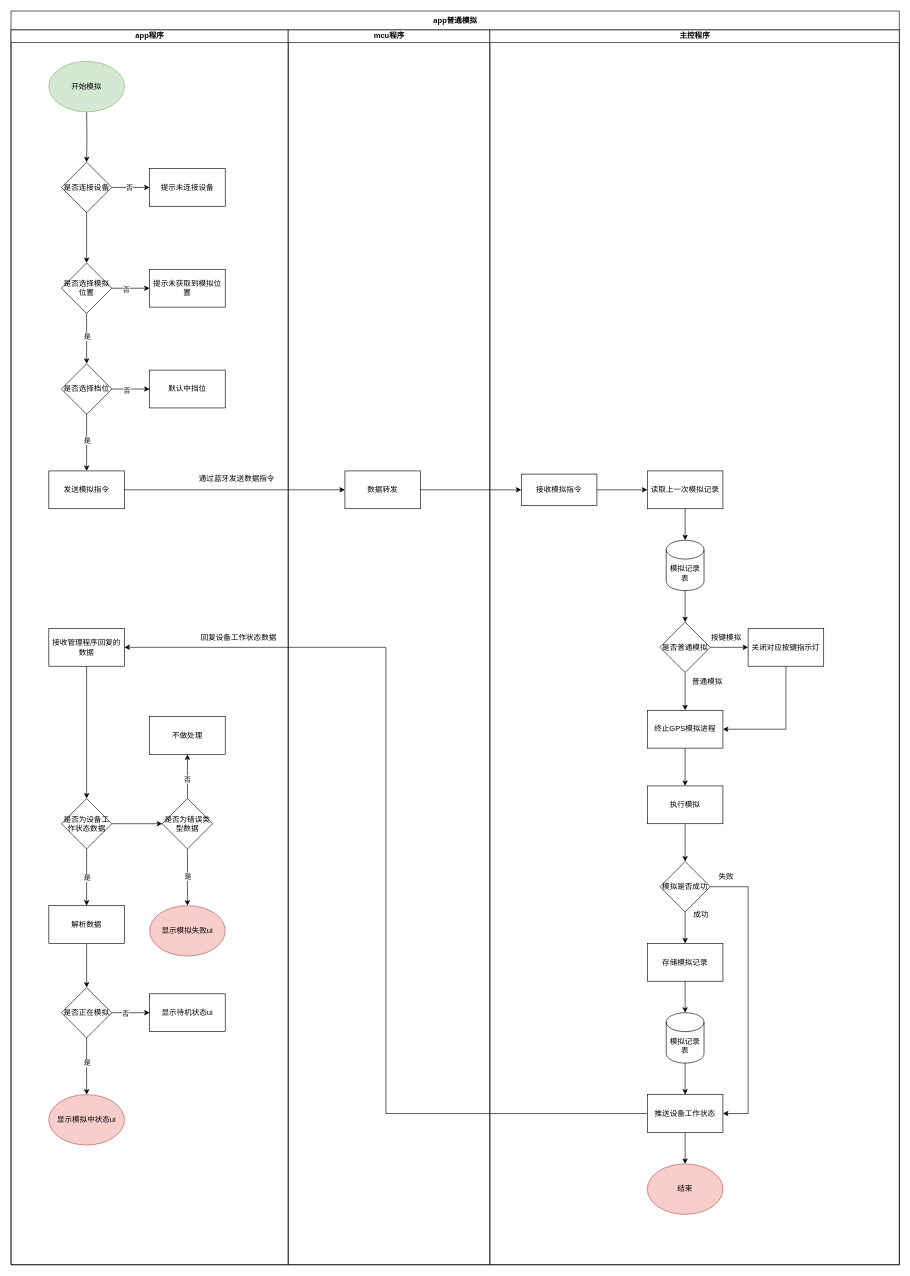
The draw.io diagram page "App普通模拟" (13 of 24) of 隐身保arm版-业务流程-V1.0-20221028-1.drawio in kyphoon/ysb_drawio_tree, before the edit. Source tidied: cells renumbered, new cells numbered last; positions are measured from the earlier drawing's top-left corner, leaving out a move shared by most shapes. Both pictures are drawn from the tidied source at 63%, with x=0, y=0 at pixel (11, 11).
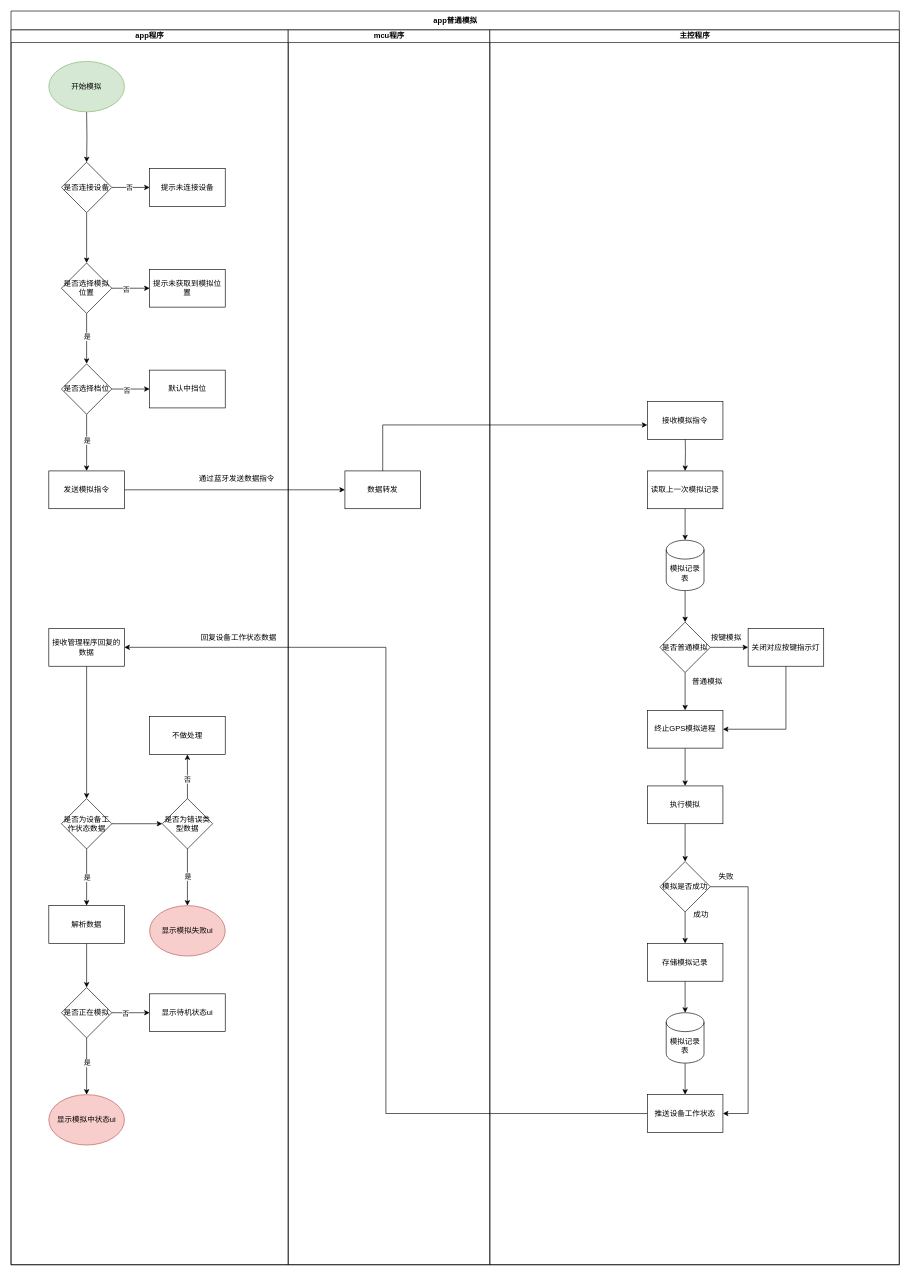
Above is the later version.

The change refers to these unchanged cells:
```xml
<mxCell id="51" value="读取上一次模拟记录" style="whiteSpace=wrap;html=1;" parent="1" vertex="1">
  <mxGeometry x="1010" y="730" width="120" height="60" as="geometry" />
</mxCell>
<mxCell id="72" value="推送设备工作状态" style="whiteSpace=wrap;html=1;" parent="1" vertex="1">
  <mxGeometry x="1010" y="1720" width="120" height="60" as="geometry" />
</mxCell>
<mxCell id="78" value="app普通模拟" style="swimlane;startSize=30;html=1;" parent="1" vertex="1">
  <mxGeometry width="1410" height="1990" as="geometry" />
</mxCell>
<mxCell id="81" value="数据转发" style="whiteSpace=wrap;html=1;" parent="80" vertex="1">
  <mxGeometry x="90" y="700" width="120" height="60" as="geometry" />
</mxCell>
<mxCell id="82" value="主控程序" style="swimlane;startSize=20;html=1;" parent="78" vertex="1">
  <mxGeometry x="760" y="30" width="650" height="1960" as="geometry" />
</mxCell>
```

Change to the diagram source:
```diff
@@
-    <mxCell id="23" style="edgeStyle=orthogonalEdgeStyle;rounded=0;jettySize=auto;html=1;entryX=0;entryY=0.5;entryDx=0;entryDy=0;" parent="1" edge="1" source="81" target="49">
-      <mxGeometry relative="1" as="geometry" />
-    </mxCell>
@@
-    <mxCell id="48" style="edgeStyle=orthogonalEdgeStyle;rounded=0;jettySize=auto;html=1;" parent="1" edge="1" source="49" target="51">
-      <mxGeometry relative="1" as="geometry" />
+    <mxCell id="48" style="edgeStyle=orthogonalEdgeStyle;rounded=0;jettySize=auto;html=1;" parent="1" edge="1" target="51">
+      <mxGeometry relative="1" as="geometry">
+        <mxPoint x="1070" y="670" as="sourcePoint" />
+      </mxGeometry>
     </mxCell>
-    <mxCell id="49" value="接收模拟指令" style="whiteSpace=wrap;html=1;" parent="1" vertex="1">
-      <mxGeometry x="810" y="735" width="120" height="50" as="geometry" />
-    </mxCell>
@@
-    <mxCell id="70" style="edgeStyle=orthogonalEdgeStyle;rounded=0;jettySize=auto;html=1;" parent="1" edge="1" source="72" target="75">
-      <mxGeometry relative="1" as="geometry" />
-    </mxCell>
@@
-    <mxCell id="75" value="结束" style="ellipse;whiteSpace=wrap;html=1;fillColor=#f8cecc;strokeColor=#b85450;" parent="1" vertex="1">
-      <mxGeometry x="1010" y="1830" width="120" height="80" as="geometry" />
-    </mxCell>
@@
+    <mxCell id="49" value="接收模拟指令" style="whiteSpace=wrap;html=1;" parent="82" vertex="1">
+      <mxGeometry x="250" y="590" width="120" height="60" as="geometry" />
+    </mxCell>
+    <mxCell id="23" style="edgeStyle=orthogonalEdgeStyle;rounded=0;jettySize=auto;html=1;entryX=0;entryY=0.617;entryDx=0;entryDy=0;entryPerimeter=0;" parent="78" edge="1" source="81" target="49">
+      <mxGeometry relative="1" as="geometry">
+        <Array as="points">
+          <mxPoint x="590" y="657" />
+        </Array>
+      </mxGeometry>
+    </mxCell>
```
